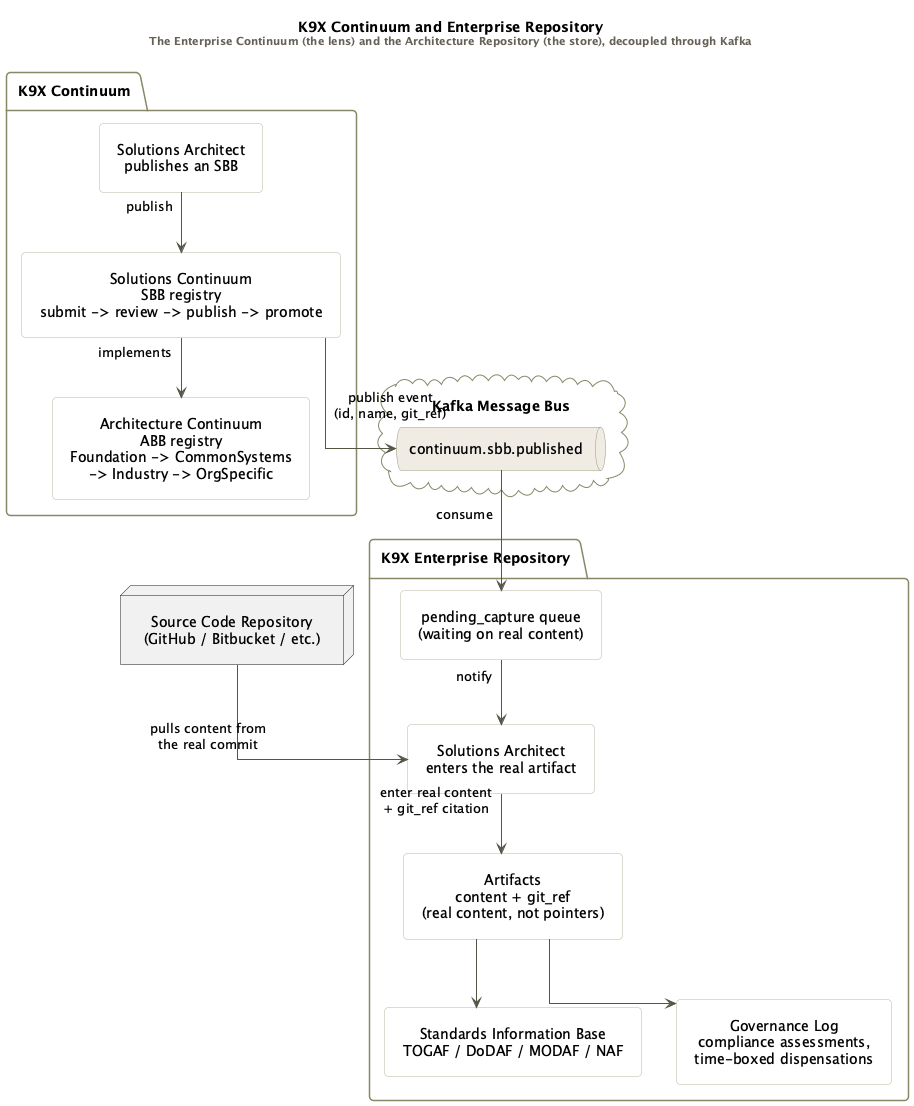
This is assets/images/blogs/k9x-continuum-repository-flow.png from k9aif/k9-aif-blogs, a PlantUML export, as it was before one commit.
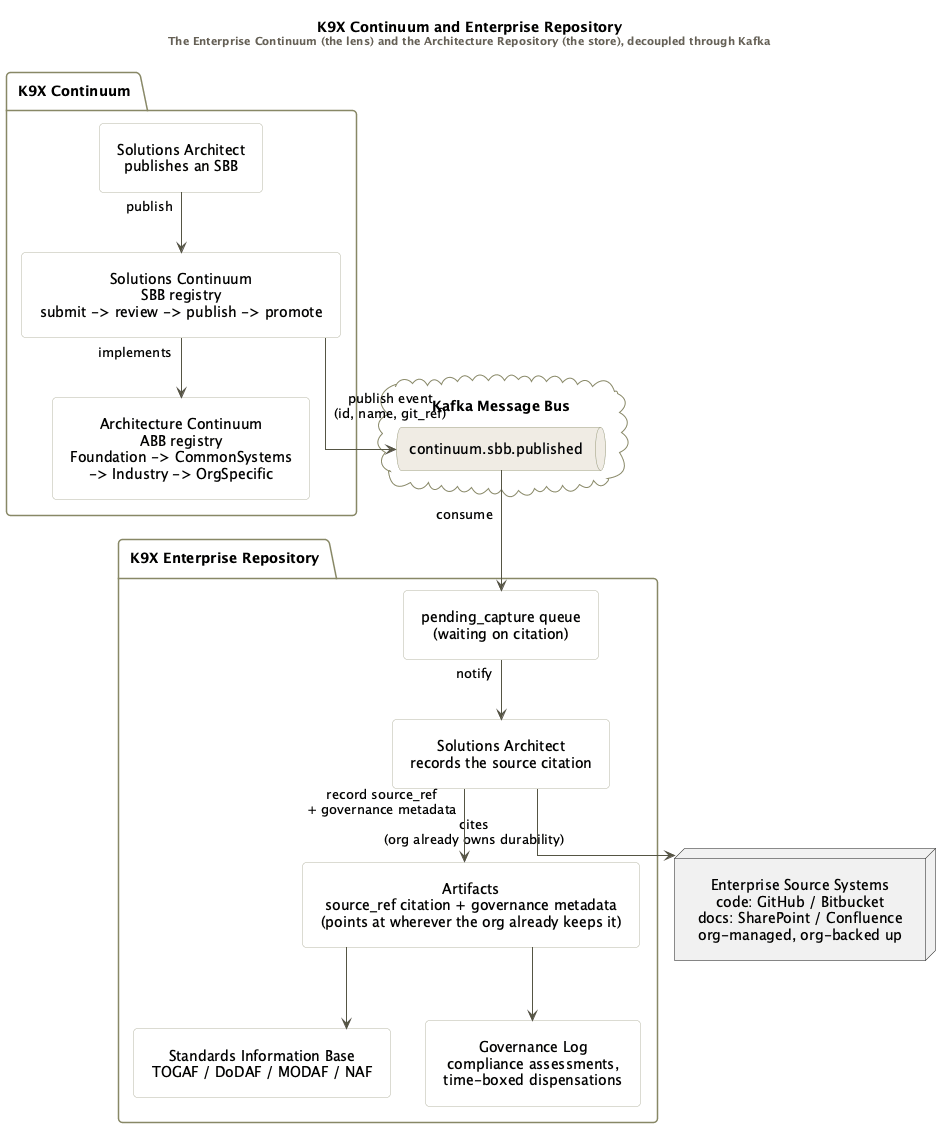
After the change.

Commit message:
Correct diagram: cite the enterprise source, don't duplicate it

What changed in the source:
```diff
@@ -30,12 +30,12 @@
   queue "continuum.sbb.published" as topic
 }
 
-node "Source Code Repository\n(GitHub / Bitbucket / etc.)" as sourcecode
+node "Enterprise Source Systems\ncode: GitHub / Bitbucket\ndocs: SharePoint / Confluence\norg-managed, org-backed up" as sourcecode
 
 package "K9X Enterprise Repository" {
-  rectangle "pending_capture queue\n(waiting on real content)" as pending
-  rectangle "Solutions Architect\nenters the real artifact" as sa2
-  rectangle "Artifacts\ncontent + git_ref\n(real content, not pointers)" as artifacts
+  rectangle "pending_capture queue\n(waiting on citation)" as pending
+  rectangle "Solutions Architect\nrecords the source citation" as sa2
+  rectangle "Artifacts\nsource_ref citation + governance metadata\n(points at wherever the org already keeps it)" as artifacts
   rectangle "Standards Information Base\nTOGAF / DoDAF / MODAF / NAF" as sib
   rectangle "Governance Log\ncompliance assessments,\ntime-boxed dispensations" as govlog
 }
@@ -45,8 +45,8 @@
 solcont --> topic : publish event\n(id, name, git_ref)
 topic --> pending : consume
 pending --> sa2 : notify
-sourcecode --> sa2 : pulls content from\nthe real commit
-sa2 --> artifacts : enter real content\n+ git_ref citation
+sa2 --> sourcecode : cites\n(org already owns durability)
+sa2 --> artifacts : record source_ref\n+ governance metadata
 artifacts --> sib
 artifacts --> govlog
 
```
